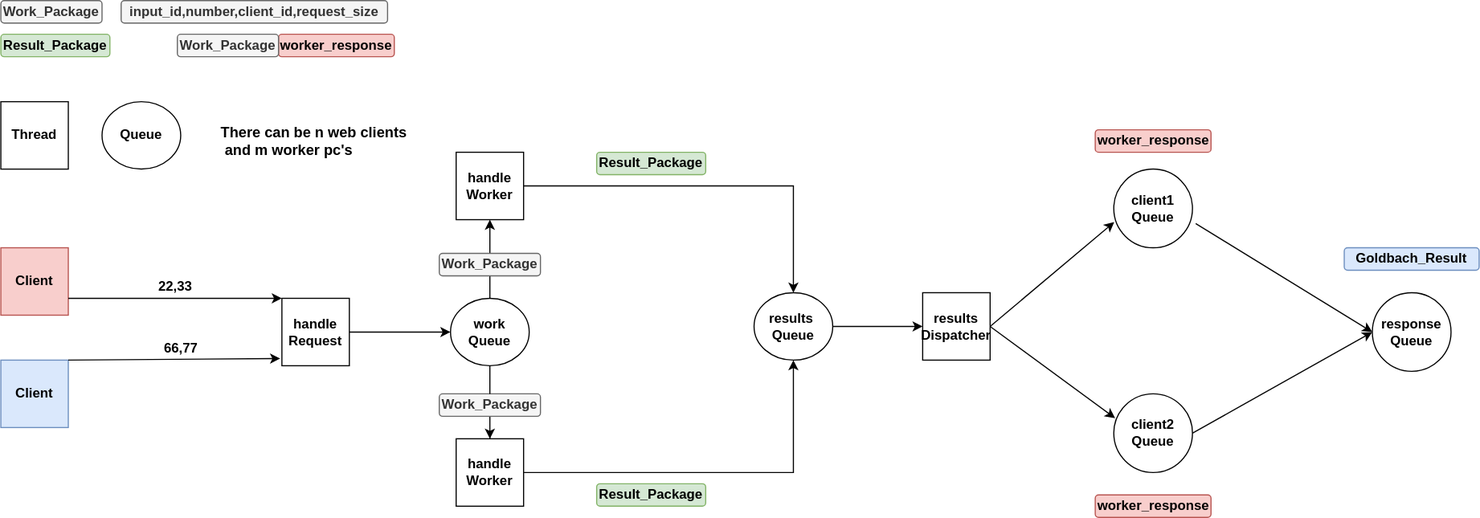
Before: goldbach_server/design/goldbach_server_design.svg, a diagram exported from draw.io (LeonelCamposM/Goldbach-sConjecture). Source tidied: cells renumbered, new cells last; positions are measured from the earlier drawing's top-left corner, leaving out a move shared by most shapes.
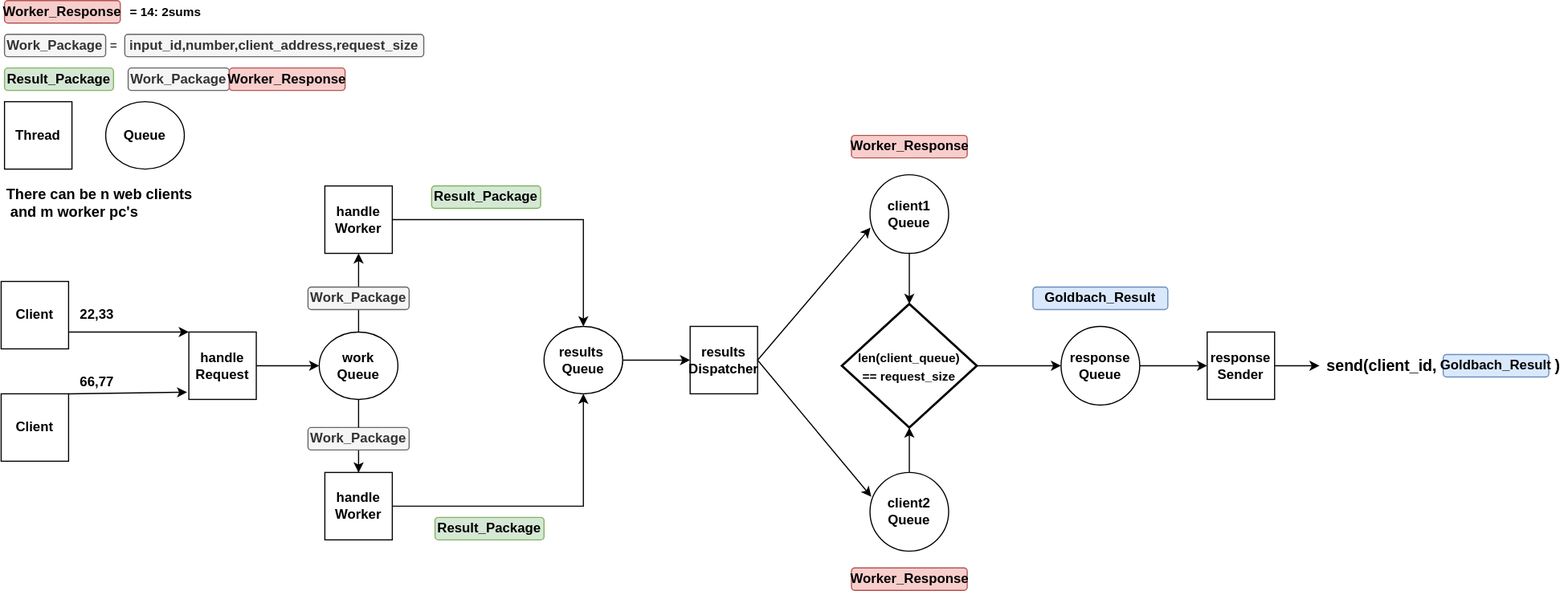
The same file after the commit.

Diff of the diagram source:
```diff
@@ -5,17 +5,17 @@
     <mxCell id="2" style="edgeStyle=orthogonalEdgeStyle;rounded=0;jettySize=auto;html=1;entryX=0.5;entryY=0;entryDx=0;entryDy=0;startArrow=none;" parent="1" edge="1" source="31" target="8">
       <mxGeometry relative="1" as="geometry" />
     </mxCell>
-    <mxCell id="3" value="&lt;b&gt;Client&lt;/b&gt;" style="whiteSpace=wrap;html=1;fillColor=#dae8fc;strokeColor=#6c8ebf;" parent="1" vertex="1">
-      <mxGeometry y="320" width="60" height="60" as="geometry" />
+    <mxCell id="3" value="&lt;b&gt;Client&lt;/b&gt;" style="whiteSpace=wrap;html=1;" parent="1" vertex="1">
+      <mxGeometry x="117" y="320" width="60" height="60" as="geometry" />
     </mxCell>
     <mxCell id="4" style="edgeStyle=orthogonalEdgeStyle;rounded=0;jettySize=auto;html=1;entryX=0;entryY=0.5;entryDx=0;entryDy=0;exitX=1;exitY=0.5;exitDx=0;exitDy=0;" parent="1" edge="1" source="15" target="10">
       <mxGeometry relative="1" as="geometry" />
     </mxCell>
     <mxCell id="5" value="&lt;b&gt;22,33&lt;/b&gt;" style="text;html=1;align=center;verticalAlign=middle;strokeColor=none;fillColor=none;" parent="1" vertex="1">
-      <mxGeometry x="130" y="245" width="50" height="20" as="geometry" />
+      <mxGeometry x="177" y="240" width="50" height="20" as="geometry" />
     </mxCell>
     <mxCell id="6" value="&lt;b&gt;66,77&lt;/b&gt;" style="text;html=1;align=center;verticalAlign=middle;strokeColor=none;fillColor=none;" parent="1" vertex="1">
-      <mxGeometry x="135" y="300" width="50" height="20" as="geometry" />
+      <mxGeometry x="177" y="300" width="50" height="20" as="geometry" />
     </mxCell>
     <mxCell id="7" style="edgeStyle=orthogonalEdgeStyle;rounded=0;jettySize=auto;html=1;entryX=0.5;entryY=1;entryDx=0;entryDy=0;" parent="1" edge="1" source="8" target="12">
       <mxGeometry relative="1" as="geometry" />
@@ -33,16 +33,19 @@
       <mxGeometry relative="1" as="geometry" />
     </mxCell>
     <mxCell id="12" value="&lt;b&gt;results&amp;nbsp; Queue&lt;/b&gt;" style="ellipse;whiteSpace=wrap;html=1;align=center;" parent="1" vertex="1">
-      <mxGeometry x="670" y="260" width="70" height="60" as="geometry" />
+      <mxGeometry x="600" y="260" width="70" height="60" as="geometry" />
     </mxCell>
     <mxCell id="13" value="&lt;b&gt;results&lt;br&gt;Dispatcher&lt;br&gt;&lt;/b&gt;" style="whiteSpace=wrap;html=1;" parent="1" vertex="1">
-      <mxGeometry x="820" y="260" width="60" height="60" as="geometry" />
+      <mxGeometry x="730" y="260" width="60" height="60" as="geometry" />
     </mxCell>
+    <mxCell id="43" style="edgeStyle=orthogonalEdgeStyle;rounded=0;jettySize=auto;html=1;fontSize=14;" parent="1" edge="1" source="14" target="52">
+      <mxGeometry relative="1" as="geometry" />
+    </mxCell>
     <mxCell id="14" value="&lt;b&gt;client1&lt;br&gt;Queue&lt;/b&gt;" style="ellipse;whiteSpace=wrap;html=1;" parent="1" vertex="1">
-      <mxGeometry x="990" y="150" width="70" height="70" as="geometry" />
+      <mxGeometry x="890" y="125" width="70" height="70" as="geometry" />
     </mxCell>
     <mxCell id="15" value="&lt;b&gt;handle&lt;br&gt;Request&lt;br&gt;&lt;/b&gt;" style="whiteSpace=wrap;html=1;" parent="1" vertex="1">
-      <mxGeometry x="250" y="265" width="60" height="60" as="geometry" />
+      <mxGeometry x="284" y="265" width="60" height="60" as="geometry" />
     </mxCell>
     <mxCell id="16" style="edgeStyle=orthogonalEdgeStyle;rounded=0;jettySize=auto;html=1;entryX=0.5;entryY=0;entryDx=0;entryDy=0;" parent="1" edge="1" source="17" target="12">
       <mxGeometry relative="1" as="geometry" />
@@ -50,17 +53,20 @@
     <mxCell id="17" value="&lt;b&gt;handle&lt;br&gt;Worker&lt;br&gt;&lt;/b&gt;" style="whiteSpace=wrap;html=1;" parent="1" vertex="1">
       <mxGeometry x="405" y="135" width="60" height="60" as="geometry" />
     </mxCell>
-    <mxCell id="18" value="&lt;b&gt;Client&lt;/b&gt;" style="whiteSpace=wrap;html=1;fillColor=#f8cecc;strokeColor=#b85450;" parent="1" vertex="1">
-      <mxGeometry y="220" width="60" height="60" as="geometry" />
+    <mxCell id="18" value="&lt;b&gt;Client&lt;/b&gt;" style="whiteSpace=wrap;html=1;" parent="1" vertex="1">
+      <mxGeometry x="117" y="220" width="60" height="60" as="geometry" />
     </mxCell>
     <mxCell id="19" value="&lt;b&gt;Thread&lt;/b&gt;" style="whiteSpace=wrap;html=1;" parent="1" vertex="1">
-      <mxGeometry y="90" width="60" height="60" as="geometry" />
+      <mxGeometry x="120" y="60" width="60" height="60" as="geometry" />
     </mxCell>
     <mxCell id="20" value="&lt;b&gt;Queue&lt;/b&gt;" style="ellipse;whiteSpace=wrap;html=1;align=center;" parent="1" vertex="1">
-      <mxGeometry x="90" y="90" width="70" height="60" as="geometry" />
+      <mxGeometry x="210" y="60" width="70" height="60" as="geometry" />
     </mxCell>
+    <mxCell id="44" style="edgeStyle=orthogonalEdgeStyle;rounded=0;jettySize=auto;html=1;entryX=0.5;entryY=1;entryDx=0;entryDy=0;entryPerimeter=0;fontSize=14;" parent="1" edge="1" source="21" target="52">
+      <mxGeometry relative="1" as="geometry" />
+    </mxCell>
     <mxCell id="21" value="&lt;b&gt;client2&lt;br&gt;Queue&lt;/b&gt;" style="ellipse;whiteSpace=wrap;html=1;" parent="1" vertex="1">
-      <mxGeometry x="990" y="350" width="70" height="70" as="geometry" />
+      <mxGeometry x="890" y="390" width="70" height="70" as="geometry" />
     </mxCell>
     <mxCell id="22" style="endArrow=classic;html=1;rounded=0;exitX=1;exitY=0.5;exitDx=0;exitDy=0;entryX=0.006;entryY=0.674;entryDx=0;entryDy=0;entryPerimeter=0;" parent="1" edge="1" source="13" target="14">
       <mxGeometry relative="1" as="geometry" />
@@ -74,17 +80,11 @@
     <mxCell id="25" style="endArrow=classic;html=1;rounded=0;exitX=1;exitY=0;exitDx=0;exitDy=0;entryX=-0.025;entryY=0.893;entryDx=0;entryDy=0;entryPerimeter=0;" parent="1" edge="1" source="3" target="15">
       <mxGeometry relative="1" as="geometry" />
     </mxCell>
-    <mxCell id="26" style="endArrow=classic;html=1;rounded=0;exitX=1.041;exitY=0.692;exitDx=0;exitDy=0;entryX=0;entryY=0.5;entryDx=0;entryDy=0;exitPerimeter=0;" parent="1" edge="1" source="14" target="37">
-      <mxGeometry relative="1" as="geometry" />
-    </mxCell>
-    <mxCell id="27" style="endArrow=classic;html=1;rounded=0;exitX=1;exitY=0.5;exitDx=0;exitDy=0;entryX=0;entryY=0.5;entryDx=0;entryDy=0;" parent="1" edge="1" source="21" target="37">
-      <mxGeometry relative="1" as="geometry" />
-    </mxCell>
     <mxCell id="28" value="&lt;b&gt;There can be n web clients&lt;br&gt;&amp;nbsp;and m worker pc's&lt;/b&gt;" style="text;html=1;align=left;verticalAlign=middle;strokeColor=none;fillColor=none;fontSize=13;" parent="1" vertex="1">
-      <mxGeometry x="194" y="105" width="180" height="40" as="geometry" />
+      <mxGeometry x="120" y="130" width="180" height="40" as="geometry" />
     </mxCell>
-    <mxCell id="29" value="&lt;b&gt;input_id,number,client_id,request_size&lt;/b&gt;" style="rounded=1;whiteSpace=wrap;html=1;fillColor=#f5f5f5;strokeColor=#666666;fontColor=#333333;" parent="1" vertex="1">
-      <mxGeometry x="107" width="237" height="20" as="geometry" />
+    <mxCell id="29" value="&lt;b&gt;input_id,number,client_address,request_size&lt;/b&gt;" style="rounded=1;whiteSpace=wrap;html=1;fillColor=#f5f5f5;strokeColor=#666666;fontColor=#333333;" parent="1" vertex="1">
+      <mxGeometry x="227" width="266" height="20" as="geometry" />
     </mxCell>
     <mxCell id="30" value="&lt;b&gt;Work_Package&lt;/b&gt;" style="rounded=1;whiteSpace=wrap;html=1;fillColor=#f5f5f5;strokeColor=#666666;fontColor=#333333;" parent="1" vertex="1">
       <mxGeometry x="390" y="225" width="90" height="20" as="geometry" />
@@ -96,34 +96,64 @@
       <mxGeometry relative="1" as="geometry" />
     </mxCell>
     <mxCell id="33" value="&lt;b&gt;Work_Package&lt;/b&gt;" style="rounded=1;whiteSpace=wrap;html=1;fillColor=#f5f5f5;strokeColor=#666666;fontColor=#333333;" parent="1" vertex="1">
-      <mxGeometry width="90" height="20" as="geometry" />
+      <mxGeometry x="120" width="90" height="20" as="geometry" />
     </mxCell>
     <mxCell id="34" value="&lt;b&gt;Result_Package&lt;/b&gt;" style="rounded=1;whiteSpace=wrap;html=1;fillColor=#d5e8d4;strokeColor=#82b366;" parent="1" vertex="1">
-      <mxGeometry y="30" width="97" height="20" as="geometry" />
+      <mxGeometry x="120" y="30" width="97" height="20" as="geometry" />
     </mxCell>
     <mxCell id="35" value="&lt;b&gt;Result_Package&lt;/b&gt;" style="rounded=1;whiteSpace=wrap;html=1;fillColor=#d5e8d4;strokeColor=#82b366;" parent="1" vertex="1">
-      <mxGeometry x="530" y="135" width="97" height="20" as="geometry" />
+      <mxGeometry x="500" y="135" width="97" height="20" as="geometry" />
     </mxCell>
     <mxCell id="36" value="&lt;b&gt;Result_Package&lt;/b&gt;" style="rounded=1;whiteSpace=wrap;html=1;fillColor=#d5e8d4;strokeColor=#82b366;" parent="1" vertex="1">
-      <mxGeometry x="530" y="430" width="97" height="20" as="geometry" />
+      <mxGeometry x="503" y="430" width="97" height="20" as="geometry" />
     </mxCell>
+    <mxCell id="45" style="edgeStyle=orthogonalEdgeStyle;rounded=0;jettySize=auto;html=1;entryX=0;entryY=0.5;entryDx=0;entryDy=0;" parent="1" edge="1" source="37" target="47">
+      <mxGeometry relative="1" as="geometry" />
+    </mxCell>
     <mxCell id="37" value="&lt;b&gt;response&lt;br&gt;Queue&lt;/b&gt;" style="ellipse;whiteSpace=wrap;html=1;" parent="1" vertex="1">
-      <mxGeometry x="1220" y="260" width="70" height="70" as="geometry" />
+      <mxGeometry x="1060" y="260" width="70" height="70" as="geometry" />
     </mxCell>
-    <mxCell id="38" value="&lt;b&gt;worker_response&lt;/b&gt;" style="rounded=1;whiteSpace=wrap;html=1;fillColor=#f8cecc;strokeColor=#b85450;" parent="1" vertex="1">
-      <mxGeometry x="247" y="30" width="103" height="20" as="geometry" />
-    </mxCell>
     <mxCell id="39" value="&lt;b&gt;Work_Package&lt;/b&gt;" style="rounded=1;whiteSpace=wrap;html=1;fillColor=#f5f5f5;strokeColor=#666666;fontColor=#333333;" parent="1" vertex="1">
-      <mxGeometry x="157" y="30" width="90" height="20" as="geometry" />
+      <mxGeometry x="230" y="30" width="90" height="20" as="geometry" />
     </mxCell>
     <mxCell id="40" value="&lt;b&gt;Goldbach_Result&lt;/b&gt;" style="rounded=1;whiteSpace=wrap;html=1;fillColor=#dae8fc;strokeColor=#6c8ebf;" parent="1" vertex="1">
-      <mxGeometry x="1195" y="220" width="120" height="20" as="geometry" />
+      <mxGeometry x="1035" y="225" width="120" height="20" as="geometry" />
     </mxCell>
-    <mxCell id="41" value="&lt;b&gt;worker_response&lt;/b&gt;" style="rounded=1;whiteSpace=wrap;html=1;fillColor=#f8cecc;strokeColor=#b85450;" parent="1" vertex="1">
-      <mxGeometry x="973.5" y="115" width="103" height="20" as="geometry" />
+    <mxCell id="41" value="&lt;b&gt;Worker_Response&lt;/b&gt;" style="rounded=1;whiteSpace=wrap;html=1;fillColor=#f8cecc;strokeColor=#b85450;" parent="1" vertex="1">
+      <mxGeometry x="873.5" y="90" width="103" height="20" as="geometry" />
     </mxCell>
-    <mxCell id="42" value="&lt;b&gt;worker_response&lt;/b&gt;" style="rounded=1;whiteSpace=wrap;html=1;fillColor=#f8cecc;strokeColor=#b85450;" parent="1" vertex="1">
-      <mxGeometry x="973.5" y="440" width="103" height="20" as="geometry" />
-    </mxCell>
+    <mxCell id="46" style="edgeStyle=orthogonalEdgeStyle;rounded=0;jettySize=auto;html=1;" parent="1" edge="1" source="47" target="48">
+      <mxGeometry relative="1" as="geometry" />
+    </mxCell>
+    <mxCell id="47" value="&lt;b&gt;response&lt;br&gt;Sender&lt;br&gt;&lt;/b&gt;" style="whiteSpace=wrap;html=1;" parent="1" vertex="1">
+      <mxGeometry x="1190" y="265" width="60" height="60" as="geometry" />
+    </mxCell>
+    <mxCell id="48" value="&lt;b&gt;&lt;font style=&quot;font-size: 14px&quot;&gt;send(client_id,&amp;nbsp; &amp;nbsp; &amp;nbsp; &amp;nbsp; &amp;nbsp; &amp;nbsp; &amp;nbsp; &amp;nbsp; &amp;nbsp; &amp;nbsp; &amp;nbsp; &amp;nbsp; &amp;nbsp; &amp;nbsp;)&lt;/font&gt;&lt;/b&gt;" style="text;html=1;align=center;verticalAlign=middle;points=[];strokeColor=none;fillColor=none;" parent="1" vertex="1">
+      <mxGeometry x="1290" y="285" width="220" height="20" as="geometry" />
+    </mxCell>
+    <mxCell id="49" value="&lt;b&gt;Goldbach_Result&lt;/b&gt;" style="rounded=1;whiteSpace=wrap;html=1;fillColor=#dae8fc;strokeColor=#6c8ebf;" parent="1" vertex="1">
+      <mxGeometry x="1400" y="285" width="94" height="20" as="geometry" />
+    </mxCell>
+    <mxCell id="50" value="&lt;b&gt;Worker_Response&lt;/b&gt;" style="rounded=1;whiteSpace=wrap;html=1;fillColor=#f8cecc;strokeColor=#b85450;" parent="1" vertex="1">
+      <mxGeometry x="873.5" y="475" width="103" height="20" as="geometry" />
+    </mxCell>
+    <mxCell id="51" style="edgeStyle=orthogonalEdgeStyle;rounded=0;jettySize=auto;html=1;entryX=0;entryY=0.5;entryDx=0;entryDy=0;fontSize=14;" parent="1" edge="1" source="52" target="37">
+      <mxGeometry relative="1" as="geometry" />
+    </mxCell>
+    <mxCell id="52" value="&lt;font style=&quot;font-size: 11px&quot;&gt;&lt;b&gt;len(client_queue)&lt;br&gt;== request_size&lt;/b&gt;&lt;/font&gt;" style="strokeWidth=2;html=1;shape=mxgraph.flowchart.decision;whiteSpace=wrap;fontSize=14;" parent="1" vertex="1">
+      <mxGeometry x="865" y="240" width="120" height="110" as="geometry" />
+    </mxCell>
+    <mxCell id="53" value="&lt;b&gt;= 14: 2sums&lt;/b&gt;" style="text;html=1;align=center;verticalAlign=middle;strokeColor=none;fillColor=none;fontSize=11;" parent="1" vertex="1">
+      <mxGeometry x="223" y="-30" width="80" height="20" as="geometry" />
+    </mxCell>
+    <mxCell id="54" value="=" style="text;html=1;align=center;verticalAlign=middle;strokeColor=none;fillColor=none;fontSize=11;" parent="1" vertex="1">
+      <mxGeometry x="207" width="20" height="20" as="geometry" />
+    </mxCell>
+    <mxCell id="55" value="&lt;b&gt;Worker_Response&lt;/b&gt;" style="rounded=1;whiteSpace=wrap;html=1;fillColor=#f8cecc;strokeColor=#b85450;" parent="1" vertex="1">
+      <mxGeometry x="320" y="30" width="103" height="20" as="geometry" />
+    </mxCell>
+    <mxCell id="56" value="&lt;b&gt;Worker_Response&lt;/b&gt;" style="rounded=1;whiteSpace=wrap;html=1;fillColor=#f8cecc;strokeColor=#b85450;" parent="1" vertex="1">
+      <mxGeometry x="120" y="-30" width="103" height="20" as="geometry" />
+    </mxCell>
   </root>
 </mxGraphModel>
```
